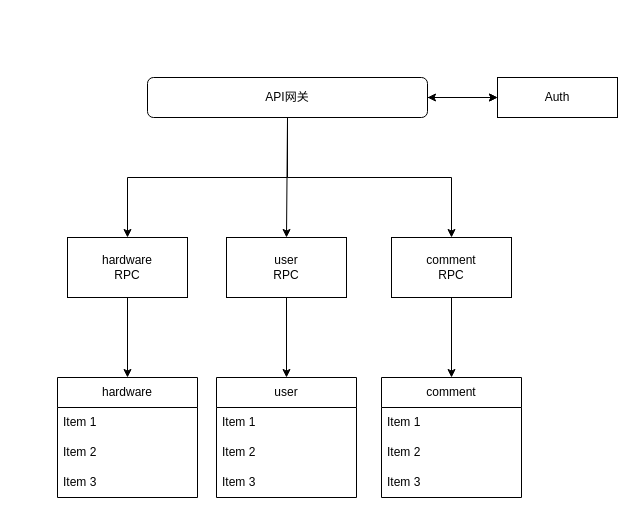
Before: 未命名绘图.drawio in muskonu/draw, a draw.io diagram. Source tidied: cells renumbered, new cells numbered last; positions are measured from the earlier drawing's top-left corner, leaving out a move shared by most shapes. Both pictures are drawn from the tidied source at 100%, with x=0, y=0 at pixel (57, 77).
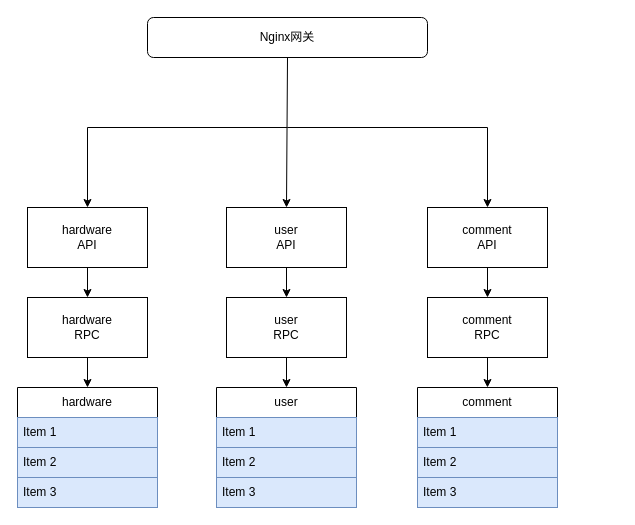
The same page after the edit.

Commit message:
更新未命名绘图.drawio

Change to the diagram source:
```diff
@@
-    <mxCell id="2" style="edgeStyle=orthogonalEdgeStyle;rounded=0;jettySize=auto;html=1;entryX=0.5;entryY=0;entryDx=0;entryDy=0;" parent="1" edge="1" source="4" target="7">
-      <mxGeometry relative="1" as="geometry">
-        <Array as="points">
-          <mxPoint x="230" y="100" />
-          <mxPoint x="70" y="100" />
-        </Array>
-      </mxGeometry>
-    </mxCell>
-    <mxCell id="3" style="edgeStyle=orthogonalEdgeStyle;rounded=0;jettySize=auto;html=1;" parent="1" edge="1" source="4" target="6">
-      <mxGeometry relative="1" as="geometry" />
-    </mxCell>
-    <mxCell id="4" value="API网关" style="rounded=1;whiteSpace=wrap;html=1;fontSize=12;glass=0;strokeWidth=1;shadow=0;" parent="1" vertex="1">
-      <mxGeometry x="90" width="280" height="40" as="geometry" />
+    <mxCell id="4" value="Nginx网关" style="rounded=1;whiteSpace=wrap;html=1;fontSize=12;glass=0;strokeWidth=1;shadow=0;" parent="1" vertex="1">
+      <mxGeometry x="90" y="-60" width="280" height="40" as="geometry" />
     </mxCell>
-    <mxCell id="5" style="endArrow=classic;startArrow=classic;html=1;rounded=0;" parent="1" edge="1" source="4" target="6">
-      <mxGeometry relative="1" as="geometry">
-        <Array as="points">
-          <mxPoint x="410" y="20" />
-        </Array>
-      </mxGeometry>
-    </mxCell>
-    <mxCell id="6" value="Auth" style="rounded=0;whiteSpace=wrap;html=1;" parent="1" vertex="1">
-      <mxGeometry x="440" width="120" height="40" as="geometry" />
-    </mxCell>
     <mxCell id="7" value="hardware&lt;br&gt;RPC" style="rounded=0;whiteSpace=wrap;html=1;" parent="1" vertex="1">
-      <mxGeometry x="10" y="160" width="120" height="60" as="geometry" />
+      <mxGeometry x="-30" y="220" width="120" height="60" as="geometry" />
     </mxCell>
     <mxCell id="8" value="user&lt;br&gt;RPC" style="rounded=0;whiteSpace=wrap;html=1;" parent="1" vertex="1">
-      <mxGeometry x="169" y="160" width="120" height="60" as="geometry" />
+      <mxGeometry x="169" y="220" width="120" height="60" as="geometry" />
     </mxCell>
     <mxCell id="9" value="comment&lt;br&gt;RPC" style="rounded=0;whiteSpace=wrap;html=1;" parent="1" vertex="1">
-      <mxGeometry x="334" y="160" width="120" height="60" as="geometry" />
+      <mxGeometry x="370" y="220" width="120" height="60" as="geometry" />
     </mxCell>
-    <mxCell id="10" style="endArrow=classic;html=1;rounded=0;exitX=0.5;exitY=1;exitDx=0;exitDy=0;" parent="1" edge="1" source="9">
-      <mxGeometry relative="1" as="geometry">
-        <mxPoint x="394" y="300" as="targetPoint" />
-      </mxGeometry>
+    <mxCell id="10" style="endArrow=classic;html=1;rounded=0;exitX=0.5;exitY=1;exitDx=0;exitDy=0;entryX=0.5;entryY=0;entryDx=0;entryDy=0;" parent="1" edge="1" source="9" target="21">
+      <mxGeometry relative="1" as="geometry" />
     </mxCell>
-    <mxCell id="11" style="endArrow=classic;html=1;rounded=0;exitX=0.5;exitY=1;exitDx=0;exitDy=0;" parent="1" edge="1" source="8">
-      <mxGeometry relative="1" as="geometry">
-        <mxPoint x="229" y="300" as="targetPoint" />
-      </mxGeometry>
+    <mxCell id="11" style="endArrow=classic;html=1;rounded=0;exitX=0.5;exitY=1;exitDx=0;exitDy=0;entryX=0.5;entryY=0;entryDx=0;entryDy=0;" parent="1" edge="1" source="8" target="13">
+      <mxGeometry relative="1" as="geometry" />
     </mxCell>
-    <mxCell id="12" style="endArrow=classic;html=1;rounded=0;exitX=0.5;exitY=1;exitDx=0;exitDy=0;" parent="1" edge="1" source="7">
-      <mxGeometry relative="1" as="geometry">
-        <mxPoint x="70" y="300" as="targetPoint" />
-      </mxGeometry>
+    <mxCell id="12" style="endArrow=classic;html=1;rounded=0;exitX=0.5;exitY=1;exitDx=0;exitDy=0;entryX=0.5;entryY=0;entryDx=0;entryDy=0;" parent="1" edge="1" source="7" target="17">
+      <mxGeometry relative="1" as="geometry" />
     </mxCell>
     <mxCell id="13" value="user" style="swimlane;fontStyle=0;horizontal=1;startSize=30;whiteSpace=wrap;html=1;" parent="1" vertex="1">
-      <mxGeometry x="159" y="300" width="140" height="120" as="geometry" />
+      <mxGeometry x="159" y="310" width="140" height="120" as="geometry" />
     </mxCell>
-    <mxCell id="14" value="Item 1" style="text;strokeColor=none;fillColor=none;align=left;verticalAlign=middle;spacingLeft=4;spacingRight=4;overflow=hidden;whiteSpace=wrap;html=1;" parent="13" vertex="1">
+    <mxCell id="14" value="Item 1" style="text;align=left;verticalAlign=middle;spacingLeft=4;spacingRight=4;overflow=hidden;whiteSpace=wrap;html=1;fillColor=#dae8fc;strokeColor=#6c8ebf;" parent="13" vertex="1">
       <mxGeometry y="30" width="140" height="30" as="geometry" />
     </mxCell>
-    <mxCell id="15" value="Item 2" style="text;strokeColor=none;fillColor=none;align=left;verticalAlign=middle;spacingLeft=4;spacingRight=4;overflow=hidden;whiteSpace=wrap;html=1;" parent="13" vertex="1">
+    <mxCell id="15" value="Item 2" style="text;align=left;verticalAlign=middle;spacingLeft=4;spacingRight=4;overflow=hidden;whiteSpace=wrap;html=1;fillColor=#dae8fc;strokeColor=#6c8ebf;" parent="13" vertex="1">
       <mxGeometry y="60" width="140" height="30" as="geometry" />
     </mxCell>
-    <mxCell id="16" value="Item 3" style="text;strokeColor=none;fillColor=none;align=left;verticalAlign=middle;spacingLeft=4;spacingRight=4;overflow=hidden;whiteSpace=wrap;html=1;" parent="13" vertex="1">
+    <mxCell id="16" value="Item 3" style="text;align=left;verticalAlign=middle;spacingLeft=4;spacingRight=4;overflow=hidden;whiteSpace=wrap;html=1;fillColor=#dae8fc;strokeColor=#6c8ebf;" parent="13" vertex="1">
       <mxGeometry y="90" width="140" height="30" as="geometry" />
     </mxCell>
     <mxCell id="17" value="hardware" style="swimlane;fontStyle=0;horizontal=1;startSize=30;whiteSpace=wrap;html=1;" parent="1" vertex="1">
-      <mxGeometry y="300" width="140" height="120" as="geometry" />
+      <mxGeometry x="-40" y="310" width="140" height="120" as="geometry" />
     </mxCell>
-    <mxCell id="18" value="Item 1" style="text;strokeColor=none;fillColor=none;align=left;verticalAlign=middle;spacingLeft=4;spacingRight=4;overflow=hidden;whiteSpace=wrap;html=1;" parent="17" vertex="1">
+    <mxCell id="18" value="Item 1" style="text;align=left;verticalAlign=middle;spacingLeft=4;spacingRight=4;overflow=hidden;whiteSpace=wrap;html=1;fillColor=#dae8fc;strokeColor=#6c8ebf;" parent="17" vertex="1">
       <mxGeometry y="30" width="140" height="30" as="geometry" />
     </mxCell>
-    <mxCell id="19" value="Item 2" style="text;strokeColor=none;fillColor=none;align=left;verticalAlign=middle;spacingLeft=4;spacingRight=4;overflow=hidden;whiteSpace=wrap;html=1;" parent="17" vertex="1">
+    <mxCell id="19" value="Item 2" style="text;align=left;verticalAlign=middle;spacingLeft=4;spacingRight=4;overflow=hidden;whiteSpace=wrap;html=1;fillColor=#dae8fc;strokeColor=#6c8ebf;" parent="17" vertex="1">
       <mxGeometry y="60" width="140" height="30" as="geometry" />
     </mxCell>
-    <mxCell id="20" value="Item 3" style="text;strokeColor=none;fillColor=none;align=left;verticalAlign=middle;spacingLeft=4;spacingRight=4;overflow=hidden;whiteSpace=wrap;html=1;" parent="17" vertex="1">
+    <mxCell id="20" value="Item 3" style="text;align=left;verticalAlign=middle;spacingLeft=4;spacingRight=4;overflow=hidden;whiteSpace=wrap;html=1;fillColor=#dae8fc;strokeColor=#6c8ebf;" parent="17" vertex="1">
       <mxGeometry y="90" width="140" height="30" as="geometry" />
     </mxCell>
     <mxCell id="21" value="comment" style="swimlane;fontStyle=0;horizontal=1;startSize=30;whiteSpace=wrap;html=1;" parent="1" vertex="1">
-      <mxGeometry x="324" y="300" width="140" height="120" as="geometry" />
+      <mxGeometry x="360" y="310" width="140" height="120" as="geometry" />
     </mxCell>
-    <mxCell id="22" value="Item 1" style="text;strokeColor=none;fillColor=none;align=left;verticalAlign=middle;spacingLeft=4;spacingRight=4;overflow=hidden;whiteSpace=wrap;html=1;" parent="21" vertex="1">
+    <mxCell id="22" value="Item 1" style="text;align=left;verticalAlign=middle;spacingLeft=4;spacingRight=4;overflow=hidden;whiteSpace=wrap;html=1;fillColor=#dae8fc;strokeColor=#6c8ebf;" parent="21" vertex="1">
       <mxGeometry y="30" width="140" height="30" as="geometry" />
     </mxCell>
-    <mxCell id="23" value="Item 2" style="text;strokeColor=none;fillColor=none;align=left;verticalAlign=middle;spacingLeft=4;spacingRight=4;overflow=hidden;whiteSpace=wrap;html=1;" parent="21" vertex="1">
+    <mxCell id="23" value="Item 2" style="text;align=left;verticalAlign=middle;spacingLeft=4;spacingRight=4;overflow=hidden;whiteSpace=wrap;html=1;fillColor=#dae8fc;strokeColor=#6c8ebf;" parent="21" vertex="1">
       <mxGeometry y="60" width="140" height="30" as="geometry" />
     </mxCell>
-    <mxCell id="24" value="Item 3" style="text;strokeColor=none;fillColor=none;align=left;verticalAlign=middle;spacingLeft=4;spacingRight=4;overflow=hidden;whiteSpace=wrap;html=1;" parent="21" vertex="1">
+    <mxCell id="24" value="Item 3" style="text;align=left;verticalAlign=middle;spacingLeft=4;spacingRight=4;overflow=hidden;whiteSpace=wrap;html=1;fillColor=#dae8fc;strokeColor=#6c8ebf;" parent="21" vertex="1">
       <mxGeometry y="90" width="140" height="30" as="geometry" />
     </mxCell>
-    <mxCell id="25" style="endArrow=classic;html=1;rounded=0;" parent="1" edge="1" target="9">
-      <mxGeometry relative="1" as="geometry">
-        <mxPoint x="230" y="100" as="sourcePoint" />
-        <Array as="points">
-          <mxPoint x="394" y="100" />
-        </Array>
-      </mxGeometry>
-    </mxCell>
-    <mxCell id="26" style="endArrow=classic;html=1;rounded=0;entryX=0.5;entryY=0;entryDx=0;entryDy=0;" parent="1" edge="1" target="8">
-      <mxGeometry relative="1" as="geometry">
-        <mxPoint x="230" y="40" as="sourcePoint" />
-      </mxGeometry>
+    <mxCell id="26" style="endArrow=classic;html=1;rounded=0;entryX=0.5;entryY=0;entryDx=0;entryDy=0;" parent="1" edge="1" source="29" target="8">
+      <mxGeometry relative="1" as="geometry" />
     </mxCell>
+    <mxCell id="27" value="hardware&lt;br style=&quot;border-color: var(--border-color);&quot;&gt;API" style="rounded=0;whiteSpace=wrap;html=1;" parent="1" vertex="1">
+      <mxGeometry x="-30" y="130" width="120" height="60" as="geometry" />
+    </mxCell>
+    <mxCell id="28" value="comment&lt;br style=&quot;border-color: var(--border-color);&quot;&gt;API" style="rounded=0;whiteSpace=wrap;html=1;" parent="1" vertex="1">
+      <mxGeometry x="370" y="130" width="120" height="60" as="geometry" />
+    </mxCell>
+    <mxCell id="29" value="user&lt;br style=&quot;border-color: var(--border-color);&quot;&gt;API" style="rounded=0;whiteSpace=wrap;html=1;" parent="1" vertex="1">
+      <mxGeometry x="169" y="130" width="120" height="60" as="geometry" />
+    </mxCell>
+    <mxCell id="30" style="endArrow=classic;html=1;rounded=0;exitX=0.5;exitY=1;exitDx=0;exitDy=0;entryX=0.5;entryY=0;entryDx=0;entryDy=0;" parent="1" edge="1" source="28" target="9">
+      <mxGeometry relative="1" as="geometry" />
+    </mxCell>
+    <mxCell id="31" style="endArrow=classic;html=1;rounded=0;exitX=0.5;exitY=1;exitDx=0;exitDy=0;entryX=0.5;entryY=0;entryDx=0;entryDy=0;" parent="1" edge="1" source="27" target="7">
+      <mxGeometry relative="1" as="geometry" />
+    </mxCell>
+    <mxCell id="32" style="endArrow=classic;html=1;rounded=0;exitX=0.5;exitY=1;exitDx=0;exitDy=0;entryX=0.5;entryY=0;entryDx=0;entryDy=0;" parent="1" edge="1" source="4" target="29">
+      <mxGeometry relative="1" as="geometry" />
+    </mxCell>
+    <mxCell id="33" style="endArrow=classic;html=1;rounded=0;entryX=0.5;entryY=0;entryDx=0;entryDy=0;" parent="1" edge="1" target="28">
+      <mxGeometry relative="1" as="geometry">
+        <mxPoint x="230" y="50" as="sourcePoint" />
+        <Array as="points">
+          <mxPoint x="430" y="50" />
+        </Array>
+      </mxGeometry>
+    </mxCell>
+    <mxCell id="34" style="endArrow=classic;html=1;rounded=0;entryX=0.5;entryY=0;entryDx=0;entryDy=0;" parent="1" edge="1" target="27">
+      <mxGeometry relative="1" as="geometry">
+        <mxPoint x="230" y="50" as="sourcePoint" />
+        <Array as="points">
+          <mxPoint x="30" y="50" />
+        </Array>
+      </mxGeometry>
+    </mxCell>
```
